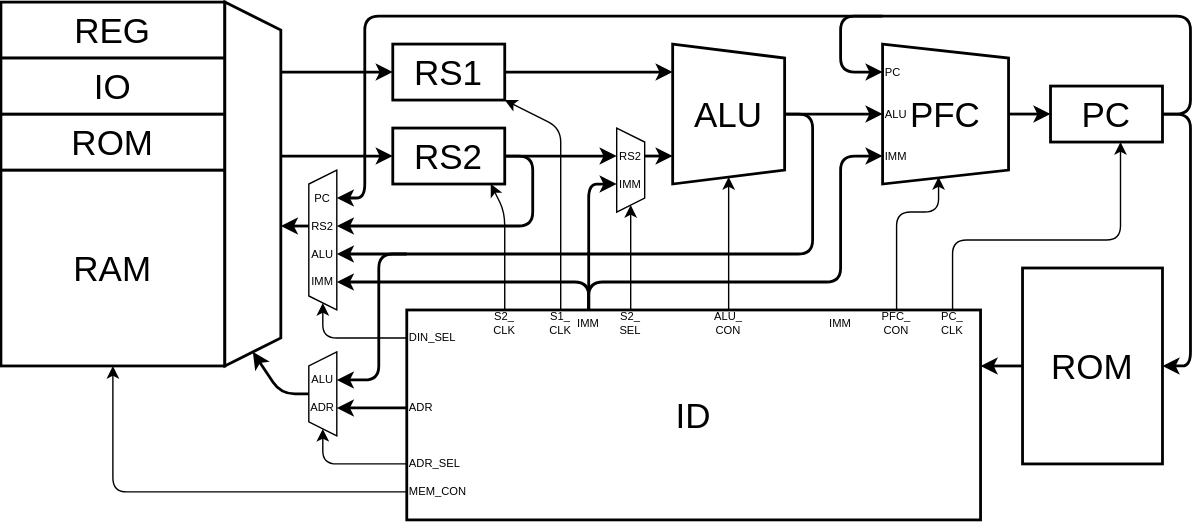
This is Lab/Computer/Micon/01_CPU/img/arch.dio.svg from amane-uehara/kanade-k-1228.github.io, a draw.io export, as it was before one commit. Source tidied: cells renumbered, new cells last; positions are measured from the earlier drawing's top-left corner, leaving out a move shared by most shapes.
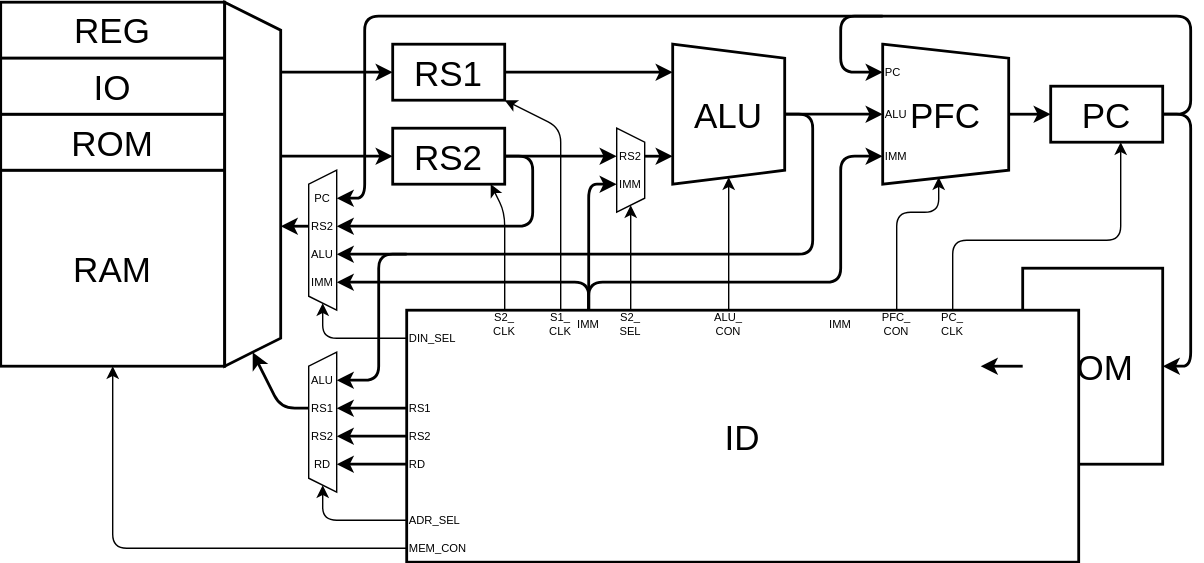
Above is the later version.

Diff of the diagram source:
```diff
@@ -6,7 +6,7 @@
       <mxGeometry x="750" y="60" width="80" height="40" as="geometry" />
     </mxCell>
     <mxCell id="3" style="shape=trapezoid;perimeter=trapezoidPerimeter;whiteSpace=wrap;html=1;fixedSize=1;fontSize=25;direction=north;size=9.999999999999943;" parent="1" vertex="1">
-      <mxGeometry x="220" y="250" width="20" height="60" as="geometry" />
+      <mxGeometry x="220" y="250" width="20" height="100" as="geometry" />
     </mxCell>
     <mxCell id="4" value="ROM" style="rounded=0;whiteSpace=wrap;html=1;fontSize=25;strokeWidth=2;" parent="1" vertex="1">
       <mxGeometry x="730" y="190" width="100" height="140" as="geometry" />
@@ -15,7 +15,7 @@
       <mxGeometry y="120" width="160" height="140" as="geometry" />
     </mxCell>
     <mxCell id="6" value="ID" style="rounded=0;whiteSpace=wrap;html=1;fontSize=25;strokeWidth=2;" parent="1" vertex="1">
-      <mxGeometry x="290" y="220" width="410" height="150" as="geometry" />
+      <mxGeometry x="290" y="220" width="480" height="180" as="geometry" />
     </mxCell>
     <mxCell id="7" value="REG" style="rounded=0;whiteSpace=wrap;html=1;fontSize=25;strokeWidth=2;" parent="1" vertex="1">
       <mxGeometry width="160" height="40" as="geometry" />
@@ -40,10 +40,10 @@
     </mxCell>
     <mxCell id="12" style="endArrow=classic;html=1;fontSize=25;strokeWidth=2;" parent="1" edge="1">
       <mxGeometry relative="1" as="geometry">
-        <mxPoint x="220" y="280" as="sourcePoint" />
+        <mxPoint x="220" y="290" as="sourcePoint" />
         <mxPoint x="180" y="250" as="targetPoint" />
         <Array as="points">
-          <mxPoint x="200" y="280" />
+          <mxPoint x="200" y="290" />
         </Array>
       </mxGeometry>
     </mxCell>
@@ -264,10 +264,10 @@
     </mxCell>
     <mxCell id="51" style="endArrow=classic;html=1;fontSize=25;startArrow=none;startFill=0;" parent="1" edge="1">
       <mxGeometry relative="1" as="geometry">
-        <mxPoint x="290" y="330" as="sourcePoint" />
-        <mxPoint x="230" y="305" as="targetPoint" />
+        <mxPoint x="290" y="370" as="sourcePoint" />
+        <mxPoint x="230" y="345" as="targetPoint" />
         <Array as="points">
-          <mxPoint x="230" y="330" />
+          <mxPoint x="230" y="370" />
         </Array>
       </mxGeometry>
     </mxCell>
@@ -277,26 +277,26 @@
         <mxPoint x="240" y="290" as="targetPoint" />
       </mxGeometry>
     </mxCell>
-    <mxCell id="53" value="ADR" style="text;html=1;strokeColor=none;fillColor=none;align=center;verticalAlign=middle;whiteSpace=wrap;rounded=0;rotation=0;fontSize=8;" parent="1" vertex="1">
+    <mxCell id="53" value="RS1" style="text;html=1;strokeColor=none;fillColor=none;align=center;verticalAlign=middle;whiteSpace=wrap;rounded=0;rotation=0;fontSize=8;" parent="1" vertex="1">
       <mxGeometry x="220" y="280" width="20" height="20" as="geometry" />
     </mxCell>
-    <mxCell id="54" value="ADR" style="text;html=1;strokeColor=none;fillColor=none;align=left;verticalAlign=middle;whiteSpace=wrap;rounded=0;rotation=0;fontSize=8;" parent="1" vertex="1">
+    <mxCell id="54" value="RS1" style="text;html=1;strokeColor=none;fillColor=none;align=left;verticalAlign=middle;whiteSpace=wrap;rounded=0;rotation=0;fontSize=8;" parent="1" vertex="1">
       <mxGeometry x="290" y="280" width="20" height="20" as="geometry" />
     </mxCell>
     <mxCell id="55" value="ADR_SEL" style="text;html=1;strokeColor=none;fillColor=none;align=left;verticalAlign=middle;whiteSpace=wrap;rounded=0;rotation=0;fontSize=8;" parent="1" vertex="1">
-      <mxGeometry x="290" y="320" width="20" height="20" as="geometry" />
+      <mxGeometry x="290" y="360" width="20" height="20" as="geometry" />
     </mxCell>
     <mxCell id="56" style="endArrow=classic;html=1;fontSize=25;startArrow=none;startFill=0;" parent="1" edge="1">
       <mxGeometry relative="1" as="geometry">
-        <mxPoint x="290" y="350" as="sourcePoint" />
+        <mxPoint x="290" y="390" as="sourcePoint" />
         <mxPoint x="80" y="260" as="targetPoint" />
         <Array as="points">
-          <mxPoint x="80" y="350" />
+          <mxPoint x="80" y="390" />
         </Array>
       </mxGeometry>
     </mxCell>
     <mxCell id="57" value="MEM_CON" style="text;html=1;strokeColor=none;fillColor=none;align=left;verticalAlign=middle;whiteSpace=wrap;rounded=0;rotation=0;fontSize=8;" parent="1" vertex="1">
-      <mxGeometry x="290" y="340" width="20" height="20" as="geometry" />
+      <mxGeometry x="290" y="380" width="20" height="20" as="geometry" />
     </mxCell>
     <mxCell id="58" style="shape=trapezoid;perimeter=trapezoidPerimeter;whiteSpace=wrap;html=1;fixedSize=1;fontSize=25;direction=north;size=9.999999999999943;" parent="1" vertex="1">
       <mxGeometry x="220" y="120" width="20" height="100" as="geometry" />
@@ -353,5 +353,29 @@
         </Array>
       </mxGeometry>
     </mxCell>
+    <mxCell id="69" value="RS2" style="text;html=1;strokeColor=none;fillColor=none;align=center;verticalAlign=middle;whiteSpace=wrap;rounded=0;rotation=0;fontSize=8;" parent="1" vertex="1">
+      <mxGeometry x="220" y="300" width="20" height="20" as="geometry" />
+    </mxCell>
+    <mxCell id="70" style="endArrow=classic;html=1;fontSize=25;startArrow=none;startFill=0;strokeWidth=2;" parent="1" edge="1">
+      <mxGeometry relative="1" as="geometry">
+        <mxPoint x="290" y="310" as="sourcePoint" />
+        <mxPoint x="240" y="310" as="targetPoint" />
+      </mxGeometry>
+    </mxCell>
+    <mxCell id="71" value="RS2" style="text;html=1;strokeColor=none;fillColor=none;align=left;verticalAlign=middle;whiteSpace=wrap;rounded=0;rotation=0;fontSize=8;" parent="1" vertex="1">
+      <mxGeometry x="290" y="300" width="20" height="20" as="geometry" />
+    </mxCell>
+    <mxCell id="72" value="RD" style="text;html=1;strokeColor=none;fillColor=none;align=center;verticalAlign=middle;whiteSpace=wrap;rounded=0;rotation=0;fontSize=8;" parent="1" vertex="1">
+      <mxGeometry x="220" y="320" width="20" height="20" as="geometry" />
+    </mxCell>
+    <mxCell id="73" style="endArrow=classic;html=1;fontSize=25;startArrow=none;startFill=0;strokeWidth=2;" parent="1" edge="1">
+      <mxGeometry relative="1" as="geometry">
+        <mxPoint x="290" y="330" as="sourcePoint" />
+        <mxPoint x="240" y="330" as="targetPoint" />
+      </mxGeometry>
+    </mxCell>
+    <mxCell id="74" value="RD" style="text;html=1;strokeColor=none;fillColor=none;align=left;verticalAlign=middle;whiteSpace=wrap;rounded=0;rotation=0;fontSize=8;" parent="1" vertex="1">
+      <mxGeometry x="290" y="320" width="20" height="20" as="geometry" />
+    </mxCell>
   </root>
 </mxGraphModel>
```
